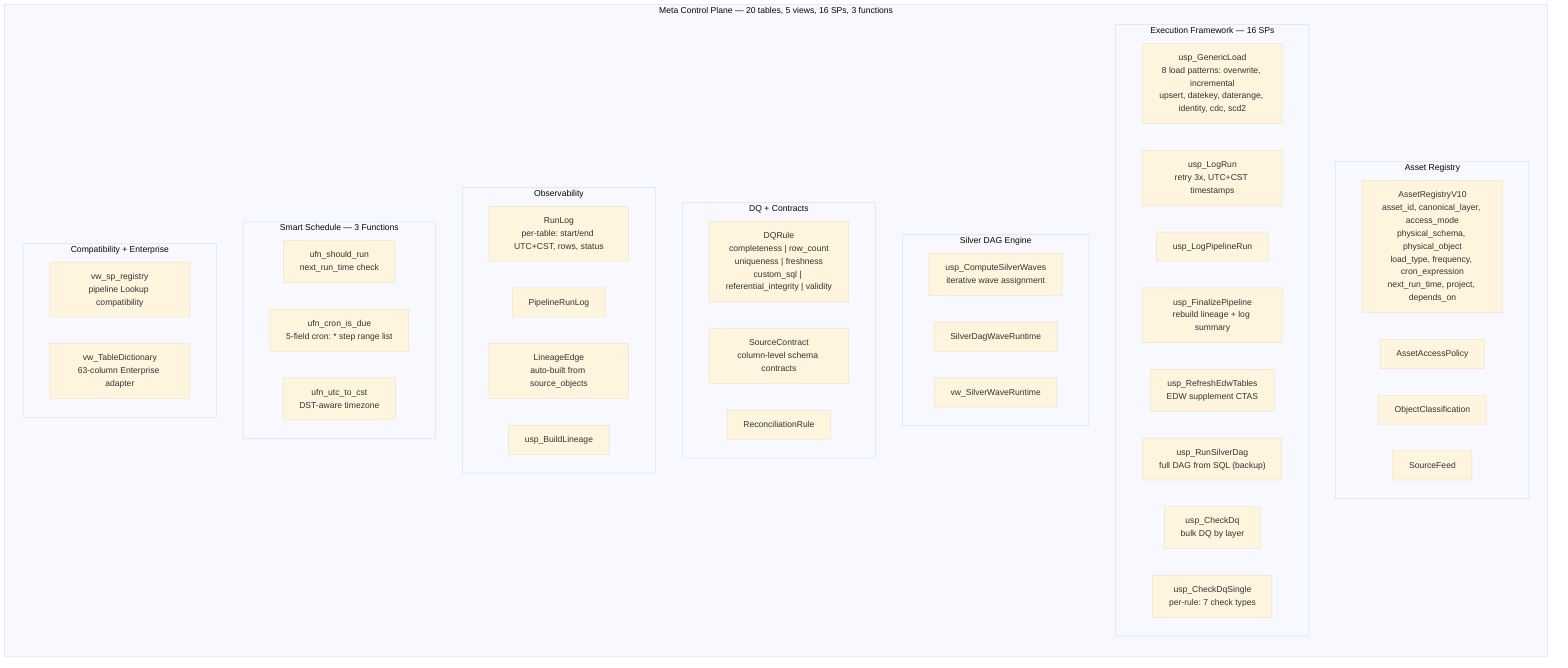
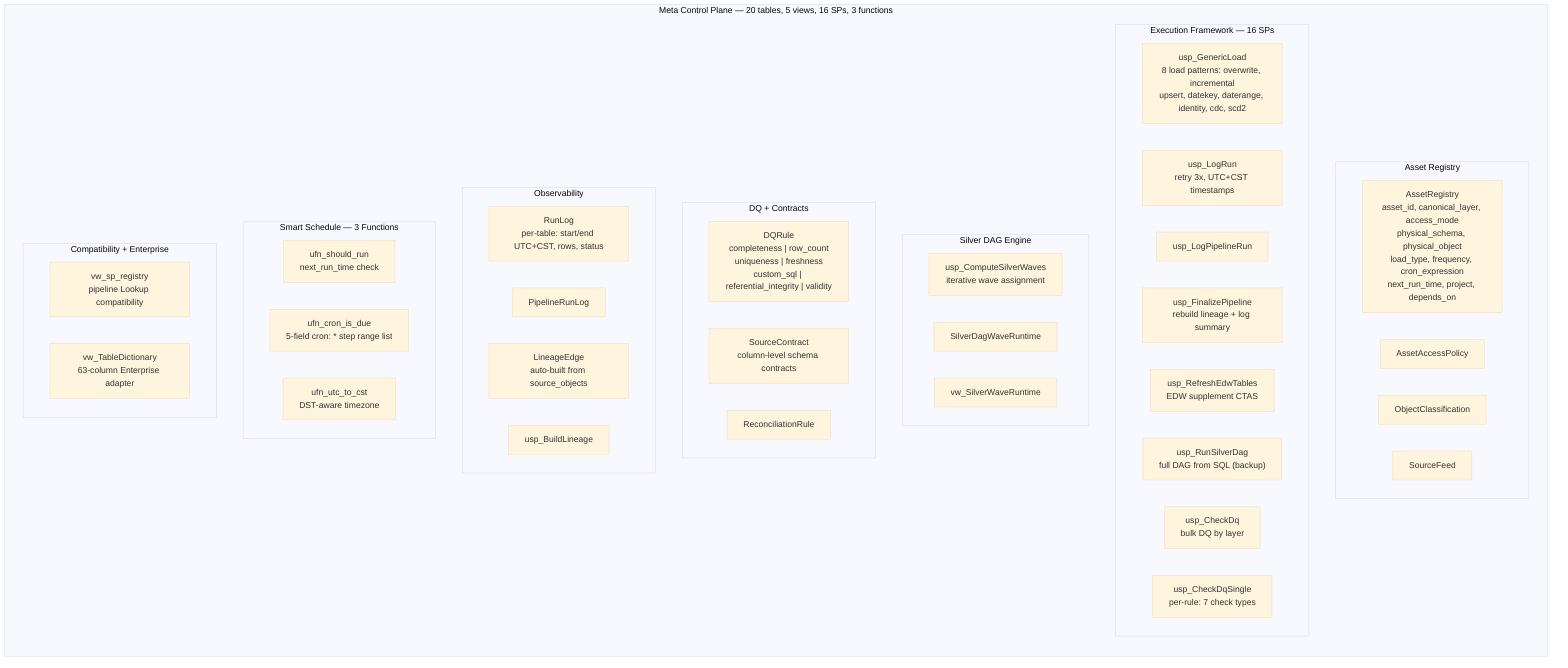
%%{init: {'theme': 'base'}}%%
flowchart LR
    subgraph CP["Meta Control Plane — 20 tables, 5 views, 16 SPs, 3 functions"]
        direction TB

        subgraph REGISTRY["Asset Registry"]
-             AR["AssetRegistryV10<br/>asset_id, canonical_layer, access_mode<br/>physical_schema, physical_object<br/>load_type, frequency, cron_expression<br/>next_run_time, project, depends_on"]
+             AR["AssetRegistry<br/>asset_id, canonical_layer, access_mode<br/>physical_schema, physical_object<br/>load_type, frequency, cron_expression<br/>next_run_time, project, depends_on"]
            AAP["AssetAccessPolicy"]
            OC["ObjectClassification"]
            SF["SourceFeed"]
        end

        subgraph EXECUTION["Execution Framework — 16 SPs"]
            GL["usp_GenericLoad<br/>8 load patterns: overwrite, incremental<br/>upsert, datekey, daterange, identity, cdc, scd2"]
            LR2["usp_LogRun<br/>retry 3x, UTC+CST timestamps"]
            LPR["usp_LogPipelineRun"]
            FP["usp_FinalizePipeline<br/>rebuild lineage + log summary"]
            RET["usp_RefreshEdwTables<br/>EDW supplement CTAS"]
            RSD["usp_RunSilverDag<br/>full DAG from SQL (backup)"]
            CDQ["usp_CheckDq<br/>bulk DQ by layer"]
            CDQS["usp_CheckDqSingle<br/>per-rule: 7 check types"]
        end

        subgraph DAG["Silver DAG Engine"]
            CSW["usp_ComputeSilverWaves<br/>iterative wave assignment"]
            WRT["SilverDagWaveRuntime"]
            VW["vw_SilverWaveRuntime"]
        end

        subgraph QUALITY["DQ + Contracts"]
            DQR["DQRule<br/>completeness | row_count<br/>uniqueness | freshness<br/>custom_sql | referential_integrity | validity"]
            SC2["SourceContract<br/>column-level schema contracts"]
            RR["ReconciliationRule"]
        end

        subgraph OBSERVABILITY["Observability"]
            RL["RunLog<br/>per-table: start/end UTC+CST, rows, status"]
            PRL["PipelineRunLog"]
            LE["LineageEdge<br/>auto-built from source_objects"]
            BL["usp_BuildLineage"]
        end

        subgraph SCHEDULE["Smart Schedule — 3 Functions"]
            UFN1["ufn_should_run<br/>next_run_time check"]
            UFN2["ufn_cron_is_due<br/>5-field cron: * step range list"]
            UFN3["ufn_utc_to_cst<br/>DST-aware timezone"]
        end

        subgraph COMPAT["Compatibility + Enterprise"]
            VSR["vw_sp_registry<br/>pipeline Lookup compatibility"]
            VTD["vw_TableDictionary<br/>63-column Enterprise adapter"]
        end
    end
